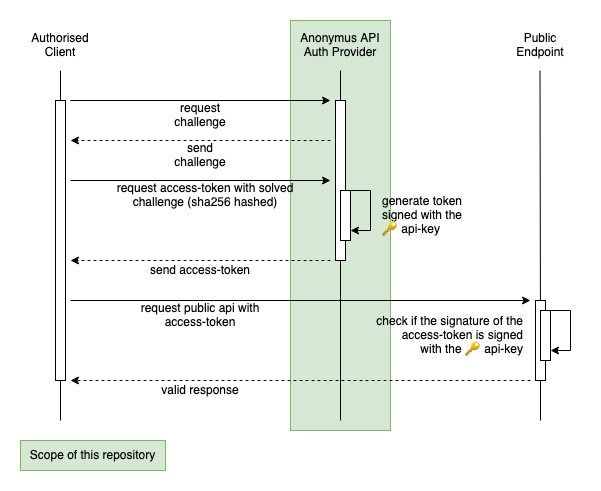
Before: assets/authorised-client.png, a diagram exported from draw.io (meinto/anonymous-api-auth-provider). Source tidied: cells renumbered, new cells last; positions are measured from the earlier drawing's top-left corner, leaving out a move shared by most shapes.
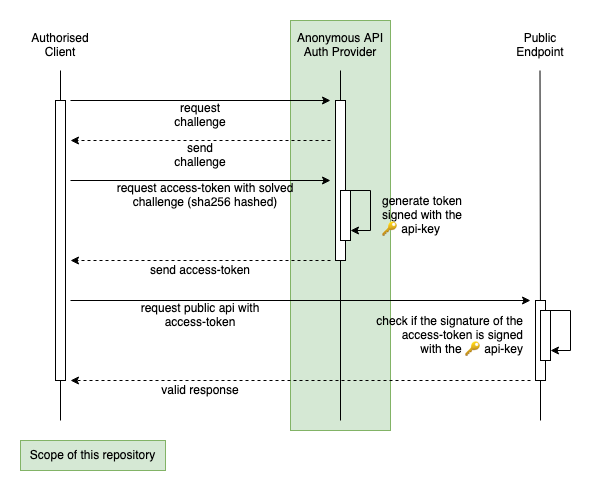
The same diagram one commit later.

What changed in the source:
```diff
@@ -8,7 +8,7 @@
     <mxCell id="3" value="&lt;div&gt;Authorised Client&lt;/div&gt;" style="text;html=1;strokeColor=none;fillColor=none;align=center;verticalAlign=middle;whiteSpace=wrap;rounded=0;" parent="1" vertex="1">
       <mxGeometry y="10" width="80" height="30" as="geometry" />
     </mxCell>
-    <mxCell id="4" value="Anonymus API Auth Provider" style="text;html=1;strokeColor=none;fillColor=none;align=center;verticalAlign=middle;whiteSpace=wrap;rounded=0;" parent="1" vertex="1">
+    <mxCell id="4" value="Anonymous API Auth Provider" style="text;html=1;strokeColor=none;fillColor=none;align=center;verticalAlign=middle;whiteSpace=wrap;rounded=0;" parent="1" vertex="1">
       <mxGeometry x="270" y="10" width="100" height="30" as="geometry" />
     </mxCell>
     <mxCell id="5" value="&lt;div&gt;Public &lt;br&gt;&lt;/div&gt;&lt;div&gt;Endpoint&lt;/div&gt;" style="text;html=1;strokeColor=none;fillColor=none;align=center;verticalAlign=middle;whiteSpace=wrap;rounded=0;" parent="1" vertex="1">
```
